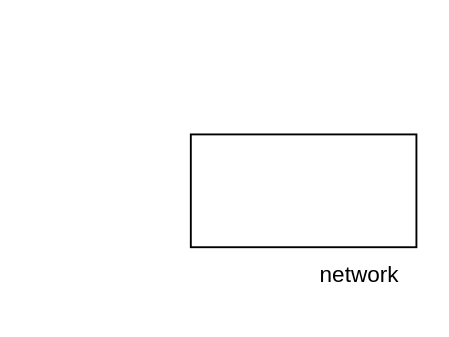
This is Untitled Diagram.drawio from AndrosovMA/Social_network, a draw.io file, before an edit. Source tidied: cells renumbered, new cells numbered last; positions are measured from the earlier drawing's top-left corner, leaving out a move shared by most shapes. Both pictures are drawn from the tidied source at 188%, with x=0, y=0 at pixel (190, 133).
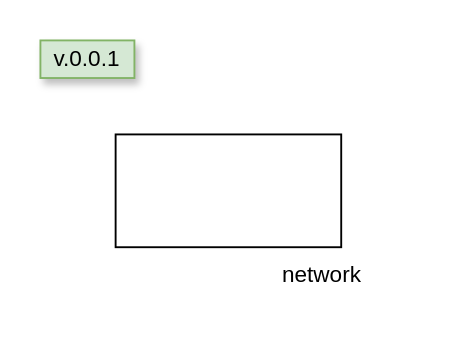
The same page after the edit.

What changed in the source:
```diff
@@
 <mxGraphModel>
   <root>
     <mxCell id="0" />
     <mxCell id="1" parent="0" />
     <mxCell id="2" style="rounded=0;whiteSpace=wrap;html=1;" parent="1" vertex="1">
-      <mxGeometry width="120" height="60" as="geometry" />
+      <mxGeometry x="-40" width="120" height="60" as="geometry" />
     </mxCell>
     <mxCell id="3" value="network" style="text;html=1;strokeColor=none;fillColor=none;align=center;verticalAlign=middle;whiteSpace=wrap;rounded=0;" parent="1" vertex="1">
-      <mxGeometry x="60" y="60" width="60" height="30" as="geometry" />
+      <mxGeometry x="40" y="60" width="60" height="30" as="geometry" />
     </mxCell>
+    <mxCell id="4" value="v.0.0.1" style="text;html=1;strokeColor=#82b366;fillColor=#d5e8d4;align=center;verticalAlign=middle;whiteSpace=wrap;rounded=0;glass=0;shadow=1;" parent="1" vertex="1">
+      <mxGeometry x="-80" y="-50" width="50" height="20" as="geometry" />
+    </mxCell>
   </root>
 </mxGraphModel>
```
